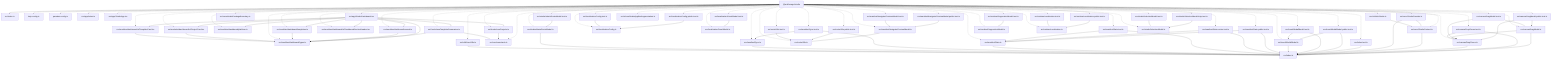
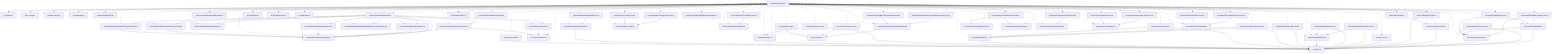
graph TD
  package__ankhorage_studio["@ankhorage/studio"]
  entrypoint_src_index_ts["src/index.ts"]
  package__ankhorage_studio --> entrypoint_src_index_ts
  module_knip_config_ts["knip.config.ts"]
  package__ankhorage_studio -.-> module_knip_config_ts
  module_paradox_config_ts["paradox.config.ts"]
  package__ankhorage_studio -.-> module_paradox_config_ts
  module_src_app_index_ts["src/app/index.ts"]
  package__ankhorage_studio -.-> module_src_app_index_ts
  module_src_app_StudioApp_tsx["src/app/StudioApp.tsx"]
  package__ankhorage_studio -.-> module_src_app_StudioApp_tsx
  module_src_app_StudioDashboard_tsx["src/app/StudioDashboard.tsx"]
  package__ankhorage_studio -.-> module_src_app_StudioDashboard_tsx
  module_src_app_StudioDashboard_tsx --> module_src_hooks_useProjects_ts
  module_src_app_StudioDashboard_tsx --> module_src_hooks_useTemplateSummaries_ts
  module_src_app_StudioDashboard_tsx --> module_src_modules_dashboard_platform_ts
  module_src_app_StudioDashboard_tsx --> module_src_modules_dashboard_search_ts
  module_src_app_StudioDashboard_tsx --> module_src_modules_dashboard_templates_ts
  module_src_app_StudioDashboard_tsx --> module_src_modules_dashboard_types_ts
  module_src_app_StudioDashboard_tsx --> module_src_modules_dashboard_ui_DashboardSectionHeader_tsx
  module_src_app_StudioDashboard_tsx --> module_src_modules_dashboard_ui_ProjectCard_tsx
  module_src_app_StudioDashboard_tsx --> module_src_modules_dashboard_ui_TemplateCard_tsx
  module_src_canvasDragModel_public_test_ts["src/canvasDragModel.public.test.ts"]
  package__ankhorage_studio -.-> module_src_canvasDragModel_public_test_ts
  module_src_canvasDragModel_public_test_ts --> module_src_canvasDragModel_ts
  module_src_canvasDragModel_public_test_ts --> module_src_canvasDropZones_ts
  module_src_canvasDragModel_test_ts["src/canvasDragModel.test.ts"]
  package__ankhorage_studio -.-> module_src_canvasDragModel_test_ts
  module_src_canvasDragModel_test_ts --> module_src_canvasDragModel_ts
  module_src_canvasDragModel_test_ts --> module_src_canvasDropZones_ts
  module_src_canvasDragModel_ts["src/canvasDragModel.ts"]
  package__ankhorage_studio -.-> module_src_canvasDragModel_ts
  module_src_canvasDragModel_ts --> module_src_canvasDropZones_ts
  module_src_canvasDragModel_ts --> module_src_index_ts
  module_src_canvasDropZones_test_ts["src/canvasDropZones.test.ts"]
  package__ankhorage_studio -.-> module_src_canvasDropZones_test_ts
  module_src_canvasDropZones_test_ts --> module_src_canvasDropZones_ts
  module_src_canvasDropZones_test_ts --> module_src_index_ts
  module_src_canvasDropZones_ts["src/canvasDropZones.ts"]
  package__ankhorage_studio -.-> module_src_canvasDropZones_ts
  module_src_canvasDropZones_ts --> module_src_index_ts
  module_src_core_constants_ts["src/core/constants.ts"]
  package__ankhorage_studio -.-> module_src_core_constants_ts
  module_src_core_StudioContext_ts["src/core/StudioContext.ts"]
  package__ankhorage_studio -.-> module_src_core_StudioContext_ts
  module_src_core_StudioContext_ts --> module_src_index_ts
  module_src_core_studioPackageBoundary_ts["src/core/studioPackageBoundary.ts"]
  package__ankhorage_studio -.-> module_src_core_studioPackageBoundary_ts
  module_src_core_StudioProvider_ts["src/core/StudioProvider.ts"]
  package__ankhorage_studio -.-> module_src_core_StudioProvider_ts
  module_src_core_StudioProvider_ts --> module_src_core_StudioContext_ts
  module_src_core_StudioProvider_ts --> module_src_index_ts
+   module_src_dnd_index_ts["src/dnd/index.ts"]
+   package__ankhorage_studio -.-> module_src_dnd_index_ts
+   module_src_dnd_primitives_ts["src/dnd/primitives.ts"]
+   package__ankhorage_studio -.-> module_src_dnd_primitives_ts
+   module_src_dnd_state_ts["src/dnd/state.ts"]
+   package__ankhorage_studio -.-> module_src_dnd_state_ts
  module_src_hooks_useProjects_ts["src/hooks/useProjects.ts"]
  package__ankhorage_studio -.-> module_src_hooks_useProjects_ts
  module_src_hooks_useProjects_ts --> module_src_core_constants_ts
  module_src_hooks_useTemplateSummaries_ts["src/hooks/useTemplateSummaries.ts"]
  package__ankhorage_studio -.-> module_src_hooks_useTemplateSummaries_ts
  module_src_hooks_useTemplateSummaries_ts --> module_src_core_constants_ts
  module_src_hooks_useTemplateSummaries_ts --> module_src_modules_dashboard_types_ts
  module_src_index_test_ts["src/index.test.ts"]
  package__ankhorage_studio -.-> module_src_index_test_ts
  module_src_index_test_ts --> module_src_index_ts
  module_src_index_ts["src/index.ts"]
  module_src_insertModalModel_public_test_ts["src/insertModalModel.public.test.ts"]
  package__ankhorage_studio -.-> module_src_insertModalModel_public_test_ts
  module_src_insertModalModel_public_test_ts --> module_src_index_ts
  module_src_insertModalModel_public_test_ts --> module_src_insertModalModel_ts
  module_src_insertModalModel_test_ts["src/insertModalModel.test.ts"]
  package__ankhorage_studio -.-> module_src_insertModalModel_test_ts
  module_src_insertModalModel_test_ts --> module_src_index_ts
  module_src_insertModalModel_test_ts --> module_src_insertModalModel_ts
  module_src_insertModalModel_ts["src/insertModalModel.ts"]
  package__ankhorage_studio -.-> module_src_insertModalModel_ts
  module_src_insertModalModel_ts --> module_src_index_ts
  module_src_localizationConfig_public_test_ts["src/localizationConfig.public.test.ts"]
  package__ankhorage_studio -.-> module_src_localizationConfig_public_test_ts
  module_src_localizationConfig_public_test_ts --> module_src_localizationConfig_ts
  module_src_localizationConfig_test_ts["src/localizationConfig.test.ts"]
  package__ankhorage_studio -.-> module_src_localizationConfig_test_ts
  module_src_localizationConfig_test_ts --> module_src_localizationConfig_ts
  module_src_localizationConfig_ts["src/localizationConfig.ts"]
  package__ankhorage_studio -.-> module_src_localizationConfig_ts
  module_src_localizationPanelModel_test_ts["src/localizationPanelModel.test.ts"]
  package__ankhorage_studio -.-> module_src_localizationPanelModel_test_ts
  module_src_localizationPanelModel_test_ts --> module_src_localizationPanelModel_ts
  module_src_localizationPanelModel_ts["src/localizationPanelModel.ts"]
  package__ankhorage_studio -.-> module_src_localizationPanelModel_ts
  module_src_manifestNavigatorPreviewModel_public_test_ts["src/manifestNavigatorPreviewModel.public.test.ts"]
  package__ankhorage_studio -.-> module_src_manifestNavigatorPreviewModel_public_test_ts
  module_src_manifestNavigatorPreviewModel_public_test_ts --> module_src_manifestNavigatorPreviewModel_ts
  module_src_manifestNavigatorPreviewModel_test_ts["src/manifestNavigatorPreviewModel.test.ts"]
  package__ankhorage_studio -.-> module_src_manifestNavigatorPreviewModel_test_ts
  module_src_manifestNavigatorPreviewModel_test_ts --> module_src_manifestNavigatorPreviewModel_ts
  module_src_manifestNavigatorPreviewModel_ts["src/manifestNavigatorPreviewModel.ts"]
  package__ankhorage_studio -.-> module_src_manifestNavigatorPreviewModel_ts
  module_src_manifestNavigatorPreviewModel_ts --> module_src_routeUtils_ts
  module_src_manifestState_public_test_ts["src/manifestState.public.test.ts"]
  package__ankhorage_studio -.-> module_src_manifestState_public_test_ts
  module_src_manifestState_public_test_ts --> module_src_index_ts
  module_src_manifestState_public_test_ts --> module_src_manifestState_ts
  module_src_manifestState_routes_test_ts["src/manifestState.routes.test.ts"]
  package__ankhorage_studio -.-> module_src_manifestState_routes_test_ts
  module_src_manifestState_routes_test_ts --> module_src_index_ts
  module_src_manifestState_routes_test_ts --> module_src_manifestState_ts
  module_src_manifestState_test_ts["src/manifestState.test.ts"]
  package__ankhorage_studio -.-> module_src_manifestState_test_ts
  module_src_manifestState_test_ts --> module_src_index_ts
  module_src_manifestState_test_ts --> module_src_manifestState_ts
  module_src_manifestState_ts["src/manifestState.ts"]
  package__ankhorage_studio -.-> module_src_manifestState_ts
  module_src_manifestState_ts --> module_src_index_ts
  module_src_manifestSync_test_ts["src/manifestSync.test.ts"]
  package__ankhorage_studio -.-> module_src_manifestSync_test_ts
  module_src_manifestSync_test_ts --> module_src_index_ts
  module_src_manifestSync_test_ts --> module_src_manifestSync_ts
  module_src_manifestSync_ts["src/manifestSync.ts"]
  package__ankhorage_studio -.-> module_src_manifestSync_ts
  module_src_manifestSync_ts --> module_src_index_ts
  module_src_modules_dashboard_platform_ts["src/modules/dashboard/platform.ts"]
  package__ankhorage_studio -.-> module_src_modules_dashboard_platform_ts
  module_src_modules_dashboard_search_ts["src/modules/dashboard/search.ts"]
  package__ankhorage_studio -.-> module_src_modules_dashboard_search_ts
  module_src_modules_dashboard_search_ts --> module_src_modules_dashboard_types_ts
  module_src_modules_dashboard_templates_ts["src/modules/dashboard/templates.ts"]
  package__ankhorage_studio -.-> module_src_modules_dashboard_templates_ts
  module_src_modules_dashboard_templates_ts --> module_src_modules_dashboard_types_ts
  module_src_modules_dashboard_types_ts["src/modules/dashboard/types.ts"]
  package__ankhorage_studio -.-> module_src_modules_dashboard_types_ts
  module_src_modules_dashboard_ui_DashboardSectionHeader_tsx["src/modules/dashboard/ui/DashboardSectionHeader.tsx"]
  package__ankhorage_studio -.-> module_src_modules_dashboard_ui_DashboardSectionHeader_tsx
  module_src_modules_dashboard_ui_ProjectCard_tsx["src/modules/dashboard/ui/ProjectCard.tsx"]
  package__ankhorage_studio -.-> module_src_modules_dashboard_ui_ProjectCard_tsx
  module_src_modules_dashboard_ui_ProjectCard_tsx --> module_src_modules_dashboard_types_ts
  module_src_modules_dashboard_ui_TemplateCard_tsx["src/modules/dashboard/ui/TemplateCard.tsx"]
  package__ankhorage_studio -.-> module_src_modules_dashboard_ui_TemplateCard_tsx
  module_src_modules_dashboard_ui_TemplateCard_tsx --> module_src_modules_dashboard_types_ts
  module_src_routeUtils_public_test_ts["src/routeUtils.public.test.ts"]
  package__ankhorage_studio -.-> module_src_routeUtils_public_test_ts
  module_src_routeUtils_public_test_ts --> module_src_routeUtils_ts
  module_src_routeUtils_test_ts["src/routeUtils.test.ts"]
  package__ankhorage_studio -.-> module_src_routeUtils_test_ts
  module_src_routeUtils_test_ts --> module_src_routeUtils_ts
  module_src_routeUtils_ts["src/routeUtils.ts"]
  package__ankhorage_studio -.-> module_src_routeUtils_ts
+   module_src_runtime_actionSuppression_ts["src/runtime/actionSuppression.ts"]
+   package__ankhorage_studio -.-> module_src_runtime_actionSuppression_ts
+   module_src_runtime_index_ts["src/runtime/index.ts"]
+   package__ankhorage_studio -.-> module_src_runtime_index_ts
+   module_src_runtime_localizationPreview_ts["src/runtime/localizationPreview.ts"]
+   package__ankhorage_studio -.-> module_src_runtime_localizationPreview_ts
+   module_src_runtime_previewRegistry_ts["src/runtime/previewRegistry.ts"]
+   package__ankhorage_studio -.-> module_src_runtime_previewRegistry_ts
+   module_src_runtime_previewRuntimeConfig_ts["src/runtime/previewRuntimeConfig.ts"]
+   package__ankhorage_studio -.-> module_src_runtime_previewRuntimeConfig_ts
+   module_src_runtime_previewRuntimeConfig_ts --> module_src_runtime_actionSuppression_ts
+   module_src_runtime_previewRuntimeConfig_ts --> module_src_runtime_previewRegistry_ts
  module_src_runtimeDiagnosticsModel_test_ts["src/runtimeDiagnosticsModel.test.ts"]
  package__ankhorage_studio -.-> module_src_runtimeDiagnosticsModel_test_ts
  module_src_runtimeDiagnosticsModel_test_ts --> module_src_runtimeDiagnosticsModel_ts
  module_src_runtimeDiagnosticsModel_ts["src/runtimeDiagnosticsModel.ts"]
  package__ankhorage_studio -.-> module_src_runtimeDiagnosticsModel_ts
  module_src_runtimeLocalization_public_test_ts["src/runtimeLocalization.public.test.ts"]
  package__ankhorage_studio -.-> module_src_runtimeLocalization_public_test_ts
  module_src_runtimeLocalization_public_test_ts --> module_src_runtimeLocalization_ts
  module_src_runtimeLocalization_test_ts["src/runtimeLocalization.test.ts"]
  package__ankhorage_studio -.-> module_src_runtimeLocalization_test_ts
  module_src_runtimeLocalization_test_ts --> module_src_runtimeLocalization_ts
  module_src_runtimeLocalization_ts["src/runtimeLocalization.ts"]
  package__ankhorage_studio -.-> module_src_runtimeLocalization_ts
  module_src_studioAdminRouteModel_test_ts["src/studioAdminRouteModel.test.ts"]
  package__ankhorage_studio -.-> module_src_studioAdminRouteModel_test_ts
  module_src_studioAdminRouteModel_test_ts --> module_src_studioAdminRouteModel_ts
  module_src_studioAdminRouteModel_ts["src/studioAdminRouteModel.ts"]
  package__ankhorage_studio -.-> module_src_studioAdminRouteModel_ts
  module_src_studioAdminRouteModel_ts --> module_src_index_ts
  module_src_studioSelectionModel_knip_test_ts["src/studioSelectionModel.knip.test.ts"]
  package__ankhorage_studio -.-> module_src_studioSelectionModel_knip_test_ts
  module_src_studioSelectionModel_knip_test_ts --> module_src_studioSelectionModel_ts
  module_src_studioSelectionModel_test_ts["src/studioSelectionModel.test.ts"]
  package__ankhorage_studio -.-> module_src_studioSelectionModel_test_ts
  module_src_studioSelectionModel_test_ts --> module_src_studioSelectionModel_ts
  module_src_studioSelectionModel_ts["src/studioSelectionModel.ts"]
  package__ankhorage_studio -.-> module_src_studioSelectionModel_ts
  module_src_ui_AnkhStudio_ts["src/ui/AnkhStudio.ts"]
  package__ankhorage_studio -.-> module_src_ui_AnkhStudio_ts
  module_src_ui_AnkhStudio_ts --> module_src_core_StudioContext_ts
  module_src_ui_useStudioAppBarAugmentation_ts["src/ui/useStudioAppBarAugmentation.ts"]
  package__ankhorage_studio -.-> module_src_ui_useStudioAppBarAugmentation_ts
  module_src_utils_treeUtils_ts["src/utils/treeUtils.ts"]
  package__ankhorage_studio -.-> module_src_utils_treeUtils_ts
  module_src_utils_treeUtils_ts --> module_src_index_ts
